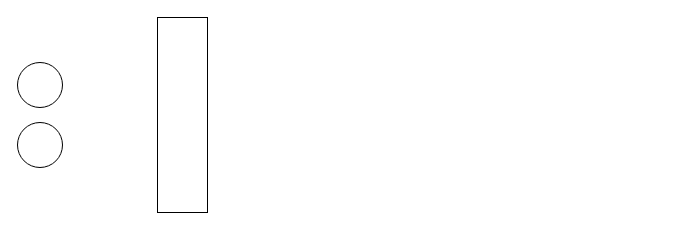
The draw.io diagram 23_9_1_new_struc.drawio in 5huanghuai/Diagram, before the edit. Source tidied: cells renumbered, new cells numbered last; positions are measured from the earlier drawing's top-left corner, leaving out a move shared by most shapes. Both pictures are drawn from the tidied source at 100%, with x=0, y=0 at pixel (17, 17).
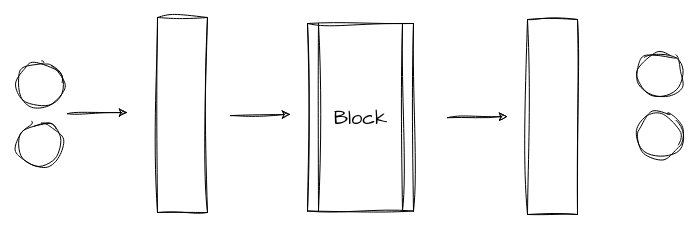
After the change.

Change to the diagram source:
```diff
@@
 <mxGraphModel>
   <root>
     <mxCell id="0" />
     <mxCell id="1" parent="0" />
-    <mxCell id="2" style="rounded=0;whiteSpace=wrap;html=1;" parent="1" vertex="1">
+    <mxCell id="2" style="rounded=0;whiteSpace=wrap;html=1;sketch=1;curveFitting=1;jiggle=2;" parent="1" vertex="1">
       <mxGeometry x="140" width="50" height="195" as="geometry" />
     </mxCell>
-    <mxCell id="3" style="ellipse;whiteSpace=wrap;html=1;" parent="1" vertex="1">
+    <mxCell id="3" style="ellipse;whiteSpace=wrap;html=1;sketch=1;curveFitting=1;jiggle=2;" parent="1" vertex="1">
       <mxGeometry y="45" width="45" height="45" as="geometry" />
     </mxCell>
-    <mxCell id="4" style="ellipse;whiteSpace=wrap;html=1;" parent="1" vertex="1">
+    <mxCell id="4" style="ellipse;whiteSpace=wrap;html=1;sketch=1;curveFitting=1;jiggle=2;" parent="1" vertex="1">
       <mxGeometry y="105" width="45" height="45" as="geometry" />
     </mxCell>
+    <mxCell id="5" style="endArrow=classic;html=1;rounded=0;sketch=1;hachureGap=4;jiggle=2;curveFitting=1;fontFamily=Architects Daughter;fontSize=16;" parent="1" edge="1">
+      <mxGeometry relative="1" as="geometry">
+        <mxPoint x="50" y="96.2" as="sourcePoint" />
+        <mxPoint x="110" y="95" as="targetPoint" />
+      </mxGeometry>
+    </mxCell>
+    <mxCell id="6" value="Block" style="shape=process;whiteSpace=wrap;html=1;backgroundOutline=1;sketch=1;hachureGap=4;jiggle=2;curveFitting=1;fontFamily=Architects Daughter;fontSize=20;" parent="1" vertex="1">
+      <mxGeometry x="290" y="6" width="106" height="187.5" as="geometry" />
+    </mxCell>
+    <mxCell id="7" style="rounded=0;whiteSpace=wrap;html=1;sketch=1;curveFitting=1;jiggle=2;" parent="1" vertex="1">
+      <mxGeometry x="510" y="2" width="50" height="195" as="geometry" />
+    </mxCell>
+    <mxCell id="8" style="endArrow=classic;html=1;rounded=0;sketch=1;hachureGap=4;jiggle=2;curveFitting=1;fontFamily=Architects Daughter;fontSize=16;" parent="1" edge="1">
+      <mxGeometry relative="1" as="geometry">
+        <mxPoint x="213" y="98.1" as="sourcePoint" />
+        <mxPoint x="273" y="96.9" as="targetPoint" />
+      </mxGeometry>
+    </mxCell>
+    <mxCell id="9" style="endArrow=classic;html=1;rounded=0;sketch=1;hachureGap=4;jiggle=2;curveFitting=1;fontFamily=Architects Daughter;fontSize=16;" parent="1" edge="1">
+      <mxGeometry relative="1" as="geometry">
+        <mxPoint x="430" y="100.2" as="sourcePoint" />
+        <mxPoint x="490" y="99" as="targetPoint" />
+      </mxGeometry>
+    </mxCell>
+    <mxCell id="10" style="ellipse;whiteSpace=wrap;html=1;sketch=1;curveFitting=1;jiggle=2;" parent="1" vertex="1">
+      <mxGeometry x="620" y="35" width="45" height="45" as="geometry" />
+    </mxCell>
+    <mxCell id="11" style="ellipse;whiteSpace=wrap;html=1;sketch=1;curveFitting=1;jiggle=2;" parent="1" vertex="1">
+      <mxGeometry x="620" y="95" width="45" height="45" as="geometry" />
+    </mxCell>
   </root>
 </mxGraphModel>
```
